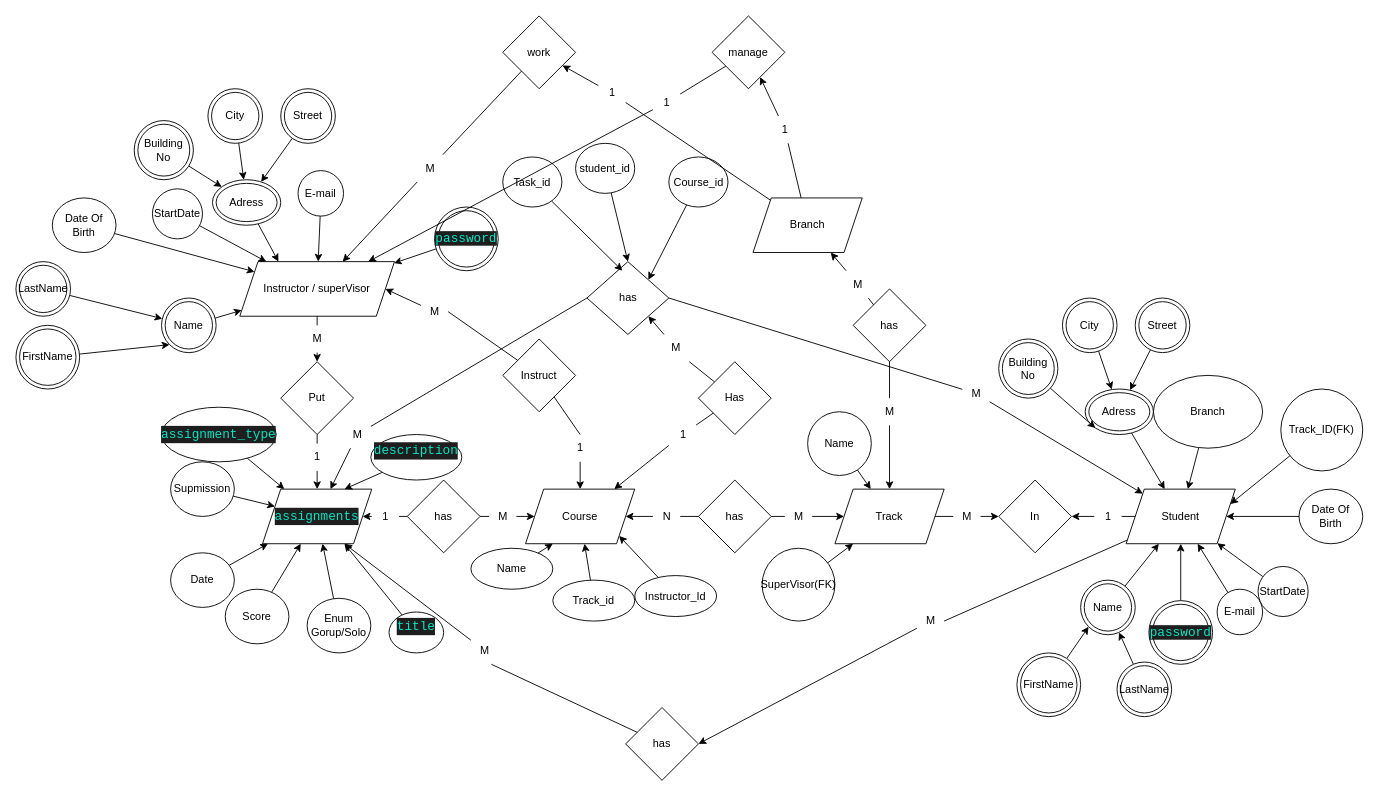
Before: Erd.drawio in PaulaMagdi0/Task-And-Project-Management-System, a draw.io diagram. Source tidied: cells renumbered, new cells numbered last; positions are measured from the earlier drawing's top-left corner, leaving out a move shared by most shapes. Both pictures are drawn from the tidied source at 91%, with x=0, y=0 at pixel (15, 15).
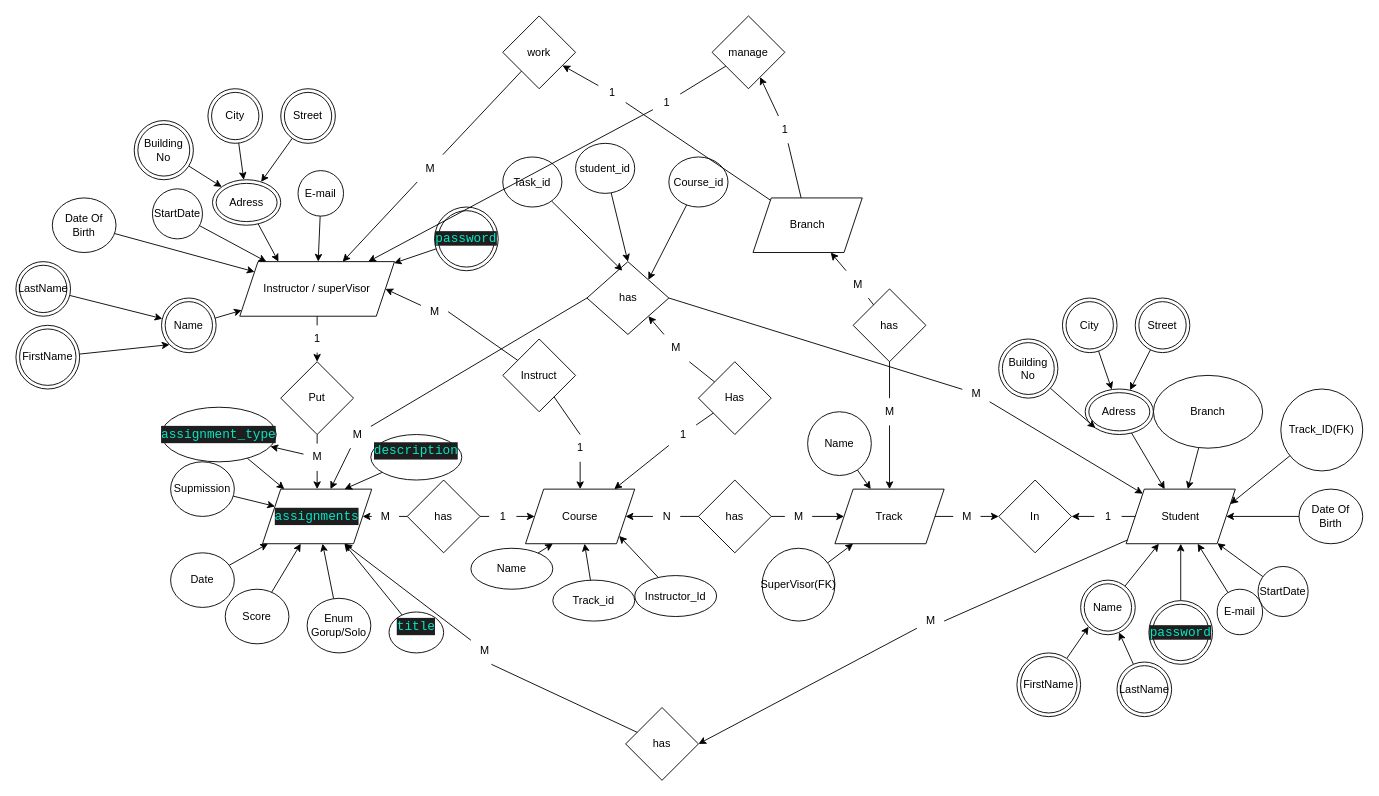
The same diagram, later.

The change refers to these unchanged cells:
```xml
<mxCell id="96" value="&lt;div style=&quot;color: rgb(187, 187, 187); background-color: rgb(30, 30, 30); font-family: Consolas, &amp;quot;Courier New&amp;quot;, monospace; font-size: 14px; line-height: 19px;&quot;&gt;&lt;span style=&quot;color: #00e8c6;&quot;&gt;assignment_type&lt;/span&gt;&lt;/div&gt;" style="ellipse;whiteSpace=wrap;html=1;" parent="1" vertex="1">
  <mxGeometry x="160" y="430" width="126" height="60" as="geometry" />
</mxCell>
```

The edit, as a diff of the source:
```diff
@@
-    <mxCell id="122" value="M" style="text;html=1;align=center;verticalAlign=middle;points=[];strokeColor=none;fillColor=none;" parent="1" vertex="1">
+    <mxCell id="122" value="1" style="text;html=1;align=center;verticalAlign=middle;points=[];strokeColor=none;fillColor=none;" parent="1" vertex="1">
       <mxGeometry x="520" y="535" width="30" height="30" as="geometry" />
     </mxCell>
@@
-    <mxCell id="124" value="1" style="text;html=1;align=center;verticalAlign=middle;points=[];strokeColor=none;fillColor=none;" parent="1" vertex="1">
+    <mxCell id="124" value="M" style="text;html=1;align=center;verticalAlign=middle;points=[];strokeColor=none;fillColor=none;" parent="1" vertex="1">
       <mxGeometry x="391" y="535" width="30" height="30" as="geometry" />
     </mxCell>
@@
-    <mxCell id="126" value="M" style="text;html=1;align=center;verticalAlign=middle;points=[];strokeColor=none;fillColor=none;" parent="1" vertex="1">
+    <mxCell id="126" value="1" style="text;html=1;align=center;verticalAlign=middle;points=[];strokeColor=none;fillColor=none;" parent="1" vertex="1">
       <mxGeometry x="316" y="340" width="30" height="30" as="geometry" />
     </mxCell>
@@
+    <mxCell id="163" style="edgeStyle=none;html=1;" parent="1" edge="1" source="128" target="96">
+      <mxGeometry relative="1" as="geometry" />
+    </mxCell>
-    <mxCell id="128" value="1" style="text;html=1;align=center;verticalAlign=middle;points=[];strokeColor=none;fillColor=none;" parent="1" vertex="1">
+    <mxCell id="128" value="M" style="text;html=1;align=center;verticalAlign=middle;points=[];strokeColor=none;fillColor=none;" parent="1" vertex="1">
       <mxGeometry x="316" y="470" width="30" height="30" as="geometry" />
     </mxCell>
```
